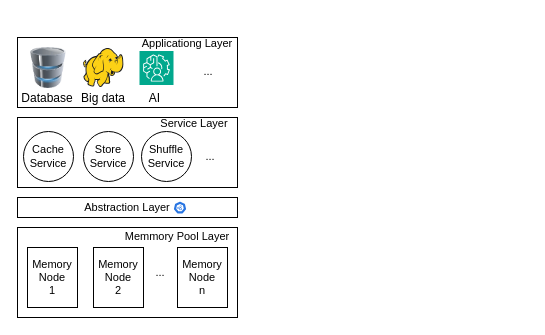
The draw.io diagram 3m_paper/overall.drawio in linqinluli/picture_draw, before the edit. Source tidied: cells renumbered, new cells numbered last; positions are measured from the earlier drawing's top-left corner, leaving out a move shared by most shapes. Both pictures are drawn from the tidied source at 100%, with x=0, y=0 at pixel (17, 37).
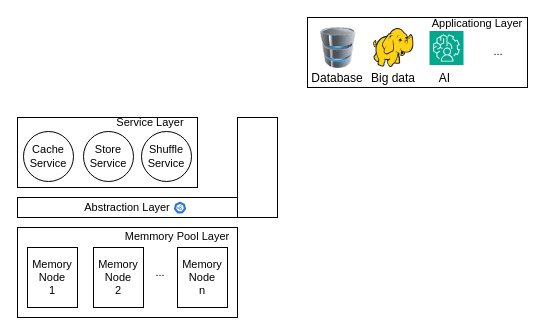
After the change.

The edit, as a diff of the source:
```diff
@@
     <mxCell id="9" style="rounded=0;whiteSpace=wrap;html=1;fontSize=11;" parent="1" vertex="1">
-      <mxGeometry y="80" width="220" height="70" as="geometry" />
+      <mxGeometry y="80" width="180" height="70" as="geometry" />
     </mxCell>
     <mxCell id="10" value="Service Layer" style="text;html=1;align=center;verticalAlign=middle;whiteSpace=wrap;rounded=0;fontSize=11;" parent="1" vertex="1">
-      <mxGeometry x="136" y="81" width="82" height="10" as="geometry" />
+      <mxGeometry x="92" y="80" width="82" height="10" as="geometry" />
     </mxCell>
@@
     <mxCell id="14" style="rounded=0;whiteSpace=wrap;html=1;fontSize=11;" parent="1" vertex="1">
-      <mxGeometry width="220" height="70" as="geometry" />
+      <mxGeometry x="290" y="-20" width="220" height="70" as="geometry" />
     </mxCell>
-    <mxCell id="15" value="&lt;span style=&quot;font-size: 11px;&quot;&gt;...&lt;/span&gt;" style="text;html=1;align=center;verticalAlign=middle;whiteSpace=wrap;rounded=0;fontSize=11;" parent="1" vertex="1">
-      <mxGeometry x="176" y="104" width="34" height="30" as="geometry" />
-    </mxCell>
@@
     <mxCell id="17" style="image;html=1;image=img/lib/clip_art/computers/Database_128x128.png;" parent="1" vertex="1">
-      <mxGeometry x="0.5" y="10" width="61" height="41" as="geometry" />
+      <mxGeometry x="290.5" y="-10" width="61" height="41" as="geometry" />
     </mxCell>
     <mxCell id="18" style="sketch=0;fontColor=#232F3E;fillColor=#01A88D;strokeColor=#ffffff;dashed=0;verticalLabelPosition=bottom;verticalAlign=top;align=center;html=1;fontSize=12;fontStyle=0;shape=mxgraph.aws4.resourceIcon;resIcon=mxgraph.aws4.augmented_ai;" parent="1" vertex="1">
-      <mxGeometry x="122" y="13.5" width="34" height="34" as="geometry" />
+      <mxGeometry x="412" y="-6.5" width="34" height="34" as="geometry" />
     </mxCell>
     <mxCell id="19" value="Database" style="text;html=1;align=center;verticalAlign=middle;whiteSpace=wrap;rounded=0;" parent="1" vertex="1">
-      <mxGeometry y="46" width="60" height="30" as="geometry" />
+      <mxGeometry x="290" y="26" width="60" height="30" as="geometry" />
     </mxCell>
     <mxCell id="20" value="AI&amp;nbsp;" style="text;html=1;align=center;verticalAlign=middle;whiteSpace=wrap;rounded=0;" parent="1" vertex="1">
-      <mxGeometry x="131" y="49" width="16" height="24" as="geometry" />
+      <mxGeometry x="421" y="29" width="16" height="24" as="geometry" />
     </mxCell>
     <mxCell id="21" style="image;sketch=0;html=1;align=center;fontSize=12;image=img/lib/mscae/HDInsight.svg;" parent="1" vertex="1">
-      <mxGeometry x="66" y="11" width="40.6" height="39" as="geometry" />
+      <mxGeometry x="356" y="-9" width="40.6" height="39" as="geometry" />
     </mxCell>
     <mxCell id="22" value="Big data" style="text;html=1;align=center;verticalAlign=middle;whiteSpace=wrap;rounded=0;" parent="1" vertex="1">
-      <mxGeometry x="56" y="46" width="60" height="30" as="geometry" />
+      <mxGeometry x="346" y="26" width="60" height="30" as="geometry" />
     </mxCell>
     <mxCell id="23" value="&lt;span style=&quot;font-size: 11px;&quot;&gt;...&lt;/span&gt;" style="text;html=1;align=center;verticalAlign=middle;whiteSpace=wrap;rounded=0;fontSize=11;" parent="1" vertex="1">
-      <mxGeometry x="174" y="19" width="34" height="30" as="geometry" />
+      <mxGeometry x="464" y="-1" width="34" height="30" as="geometry" />
     </mxCell>
     <mxCell id="24" value="Applicationg Layer" style="text;html=1;align=center;verticalAlign=middle;whiteSpace=wrap;rounded=0;fontSize=11;" parent="1" vertex="1">
-      <mxGeometry x="120" y="1" width="100" height="10" as="geometry" />
+      <mxGeometry x="410" y="-19" width="100" height="10" as="geometry" />
     </mxCell>
+    <mxCell id="25" style="rounded=0;whiteSpace=wrap;html=1;" parent="1" vertex="1">
+      <mxGeometry x="220" y="80" width="40" height="100" as="geometry" />
+    </mxCell>
```
